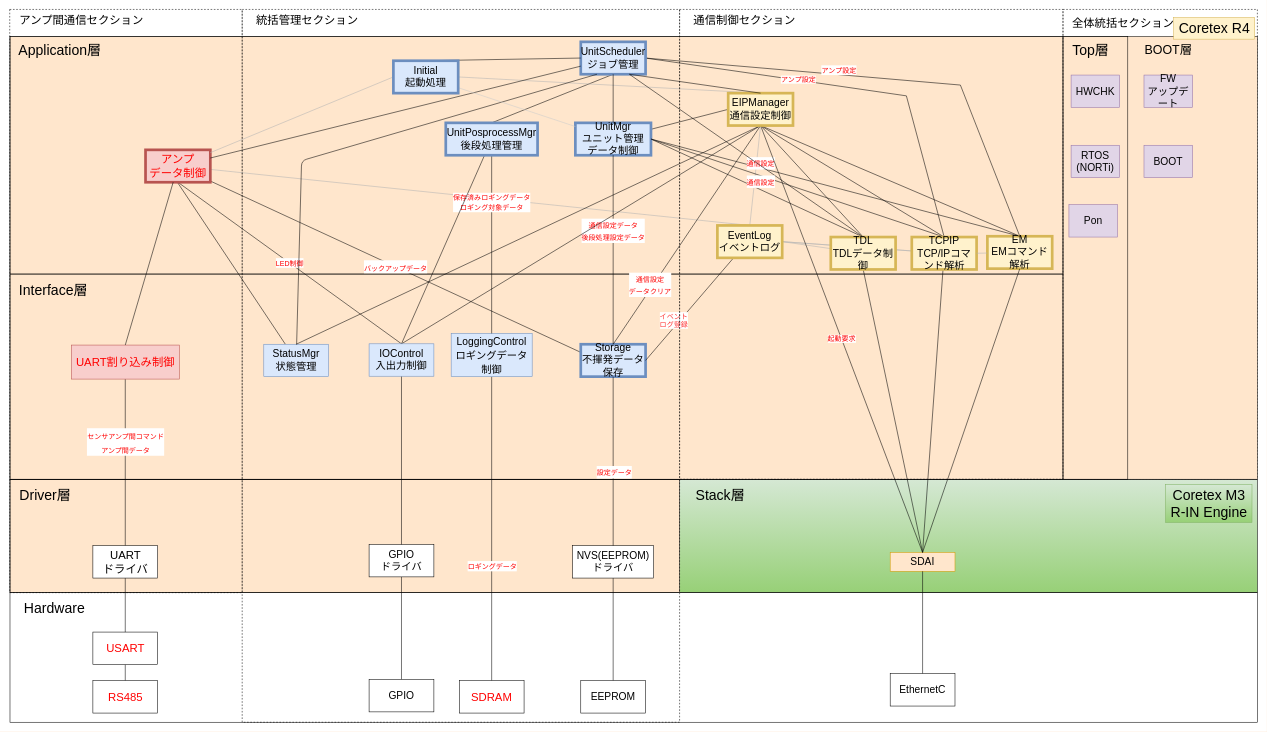
Before: page "RevG_NewスマNWU静的構造_完全版" (1 of 4) of NWユニット_アーキテクチャ図.drawio in YutaSuzukiGARI/nwunit, a draw.io diagram. Source tidied: cells renumbered, new cells numbered last; positions are measured from the earlier drawing's top-left corner, leaving out a move shared by most shapes. Both pictures are drawn from the tidied source at 54%, with x=0, y=0 at pixel (10, 9).
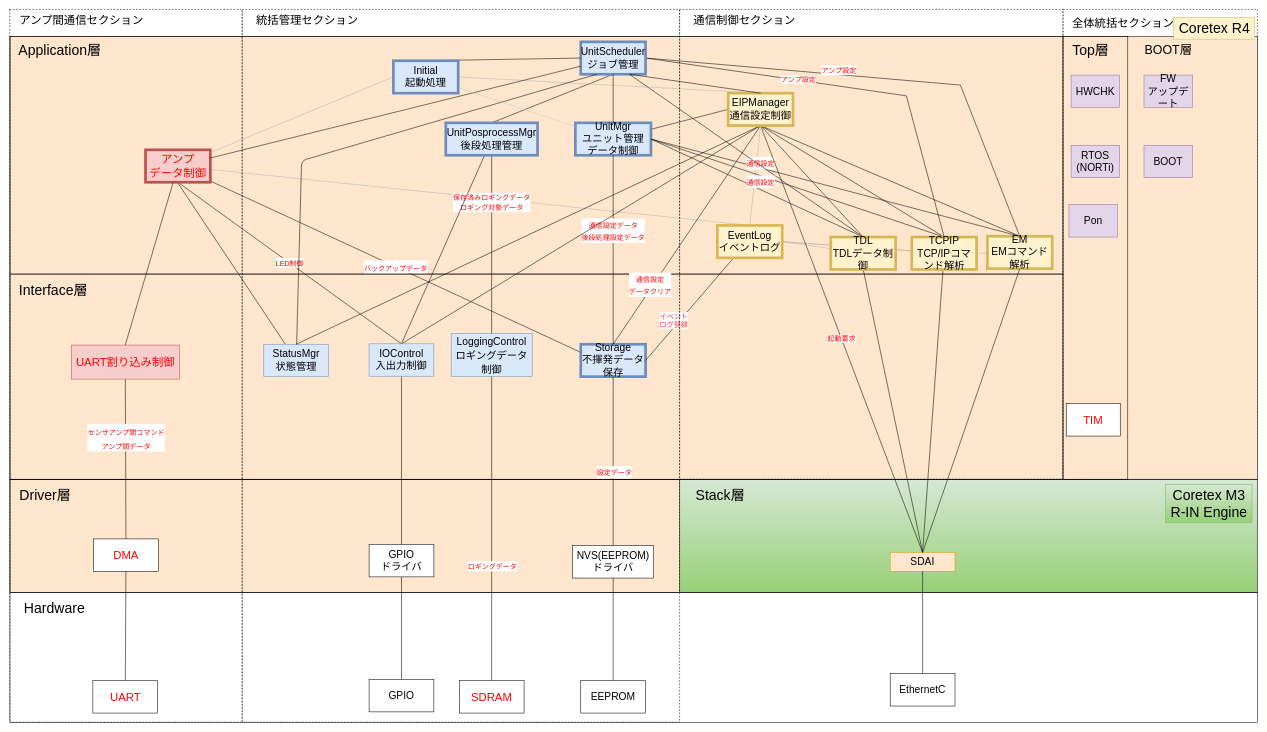
The same diagram, later.

Commit message:
Update NWユニット_アーキテクチャ図.drawio

Unchanged cells that the change refers to:
```xml
<mxCell id="74" value="UART割り込み制御" style="rounded=0;whiteSpace=wrap;html=1;fillColor=#f8cecc;strokeColor=#b85450;fontColor=#FF0000;fontSize=21;" parent="1" vertex="1">
  <mxGeometry x="113.5" y="621.5" width="200" height="63" as="geometry" />
</mxCell>
```

Change to the diagram source:
```diff
@@
-    <mxCell id="51" value="USART" style="rounded=0;whiteSpace=wrap;html=1;fontColor=#FF0000;fontSize=21;" parent="1" vertex="1">
-      <mxGeometry x="153.5" y="1153" width="120" height="60" as="geometry" />
+    <mxCell id="51" value="DMA" style="rounded=0;whiteSpace=wrap;html=1;fontColor=#FF0000;fontSize=21;" parent="1" vertex="1">
+      <mxGeometry x="154.8" y="980.5" width="120" height="60" as="geometry" />
     </mxCell>
@@
-    <mxCell id="61" style="rounded=0;jettySize=auto;html=1;entryX=0.5;entryY=0;entryDx=0;entryDy=0;endArrow=none;endFill=0;fontColor=#FF0000;fontSize=21;" parent="1" edge="1" source="64" target="51">
-      <mxGeometry relative="1" as="geometry" />
-    </mxCell>
-    <mxCell id="62" style="edgeStyle=none;rounded=0;jettySize=auto;html=1;endArrow=none;endFill=0;fontSize=21;" parent="1" edge="1" source="64" target="74">
+    <mxCell id="62" style="edgeStyle=none;rounded=0;jettySize=auto;html=1;endArrow=none;endFill=0;fontSize=21;" parent="1" edge="1" source="51" target="74">
       <mxGeometry relative="1" as="geometry" />
     </mxCell>
@@
-    <mxCell id="64" value="UART&lt;br style=&quot;font-size: 21px;&quot;&gt;ドライバ" style="rounded=0;whiteSpace=wrap;html=1;fontColor=#000000;fontSize=21;fillColor=default;strokeColor=default;" parent="1" vertex="1">
-      <mxGeometry x="153.5" y="993" width="120" height="60" as="geometry" />
-    </mxCell>
@@
-    <mxCell id="66" value="RS485" style="rounded=0;whiteSpace=wrap;html=1;fontColor=#FF0000;fontSize=21;" parent="1" vertex="1">
+    <mxCell id="66" value="UART" style="rounded=0;whiteSpace=wrap;html=1;fontColor=#FF0000;fontSize=21;" parent="1" vertex="1">
       <mxGeometry x="153.5" y="1243" width="120" height="60" as="geometry" />
     </mxCell>
@@
     <mxCell id="109" style="rounded=0;whiteSpace=wrap;html=1;fillColor=none;dashed=1;strokeColor=default;fontColor=default;" parent="1" vertex="1">
-      <mxGeometry x="-0.5" width="430.5" height="1080" as="geometry" />
+      <mxGeometry x="-0.5" width="430.5" height="1320" as="geometry" />
     </mxCell>
@@
+    <mxCell id="112" value="TIM" style="rounded=0;whiteSpace=wrap;html=1;fontColor=#FF0000;fontSize=21;" parent="1" vertex="1">
+      <mxGeometry x="1956" y="730" width="100" height="60" as="geometry" />
+    </mxCell>
```
